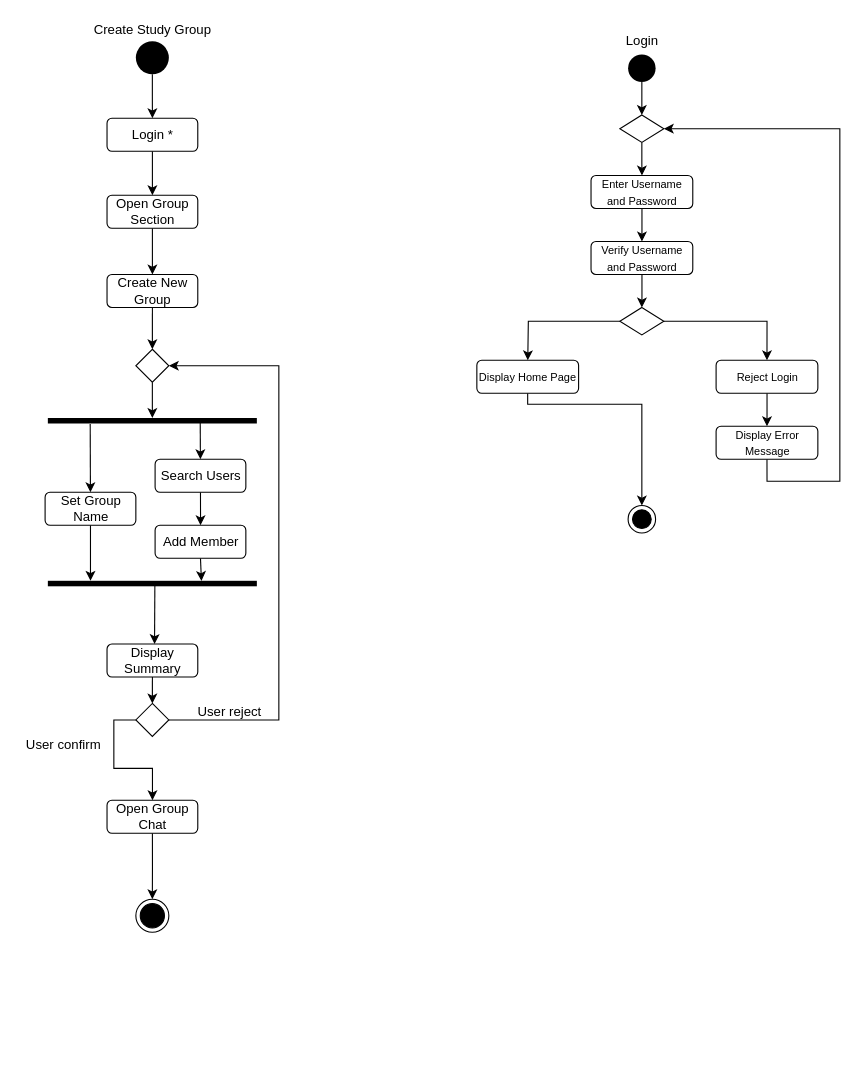
This is Deliverables/Activity Diagram/Dalena Create Study Group Activity Diagram.drawio from nic-agos/DoveStudi, a draw.io file, before an edit. Source tidied: cells renumbered, new cells numbered last; positions are measured from the earlier drawing's top-left corner, leaving out a move shared by most shapes. Both pictures are drawn from the tidied source at 110%, with x=0, y=0 at pixel (19, 19).
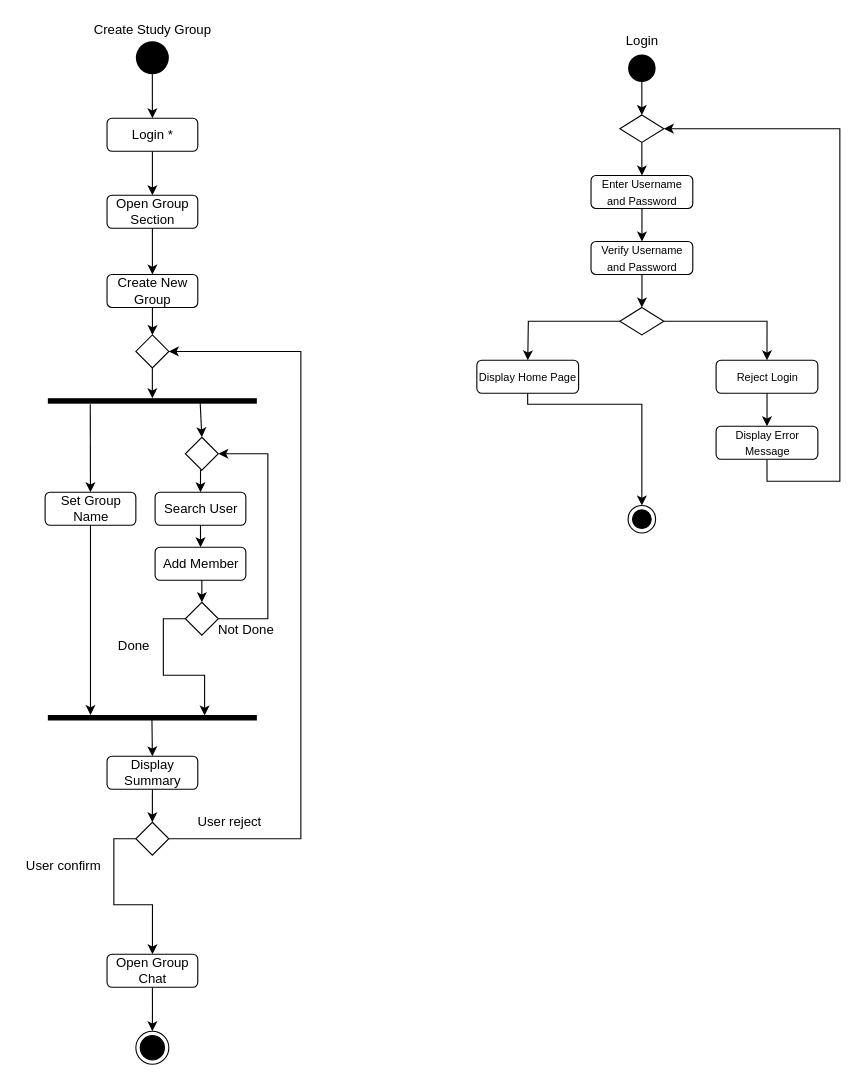
Above is the later version.

Unchanged cells that the change refers to:
```xml
<mxCell id="29" value="Create New Group" style="rounded=1;whiteSpace=wrap;html=1;" parent="1" vertex="1">
  <mxGeometry x="79.8" y="232" width="82.5" height="30" as="geometry" />
</mxCell>
<mxCell id="33" value="Set Group Name" style="rounded=1;whiteSpace=wrap;html=1;" parent="1" vertex="1">
  <mxGeometry x="23.5" y="430" width="82.5" height="30" as="geometry" />
</mxCell>
```

What changed in the source:
```diff
@@
-    <mxCell id="28" style="edgeStyle=orthogonalEdgeStyle;rounded=0;jettySize=auto;html=1;exitX=0.5;exitY=1;exitDx=0;exitDy=0;" parent="1" edge="1" source="29">
+    <mxCell id="28" style="edgeStyle=orthogonalEdgeStyle;rounded=0;jettySize=auto;html=1;exitX=0.5;exitY=1;exitDx=0;exitDy=0;" parent="1" edge="1" source="48">
       <mxGeometry relative="1" as="geometry">
         <mxPoint x="121" y="300" as="targetPoint" />
       </mxGeometry>
     </mxCell>
@@
     <mxCell id="30" style="html=1;points=[];perimeter=orthogonalPerimeter;fillColor=#000000;strokeColor=none;rotation=90;" parent="1" vertex="1">
-      <mxGeometry x="118.5" y="270" width="5" height="190" as="geometry" />
+      <mxGeometry x="118.5" y="252" width="5" height="190" as="geometry" />
     </mxCell>
     <mxCell id="31" style="html=1;points=[];perimeter=orthogonalPerimeter;fillColor=#000000;strokeColor=none;rotation=90;" parent="1" vertex="1">
-      <mxGeometry x="118.5" y="418" width="5" height="190" as="geometry" />
+      <mxGeometry x="118.5" y="540" width="5" height="190" as="geometry" />
     </mxCell>
@@
-    <mxCell id="35" value="Search Users" style="rounded=1;whiteSpace=wrap;html=1;" parent="1" vertex="1">
-      <mxGeometry x="123.5" y="400" width="82.5" height="30" as="geometry" />
+    <mxCell id="35" value="Search User" style="rounded=1;whiteSpace=wrap;html=1;" parent="1" vertex="1">
+      <mxGeometry x="123.5" y="430" width="82.5" height="30" as="geometry" />
     </mxCell>
-    <mxCell id="36" style="edgeStyle=orthogonalEdgeStyle;rounded=0;jettySize=auto;html=1;exitX=0.5;exitY=1;exitDx=0;exitDy=0;entryX=0.031;entryY=0.265;entryDx=0;entryDy=0;entryPerimeter=0;" parent="1" edge="1" source="37" target="31">
+    <mxCell id="36" style="edgeStyle=orthogonalEdgeStyle;rounded=0;jettySize=auto;html=1;exitX=0.5;exitY=1;exitDx=0;exitDy=0;" parent="1" edge="1" source="37">
       <mxGeometry relative="1" as="geometry">
+        <mxPoint x="166" y="530" as="targetPoint" />
         <Array as="points">
           <mxPoint x="166" y="490" />
         </Array>
       </mxGeometry>
     </mxCell>
     <mxCell id="37" value="Add Member" style="rounded=1;whiteSpace=wrap;html=1;" parent="1" vertex="1">
-      <mxGeometry x="123.5" y="460" width="82.5" height="30" as="geometry" />
+      <mxGeometry x="123.5" y="480" width="82.5" height="30" as="geometry" />
     </mxCell>
-    <mxCell id="38" style="endArrow=classic;html=1;" parent="1" edge="1" target="33">
-      <mxGeometry relative="1" as="geometry">
-        <mxPoint x="64.5" y="368" as="sourcePoint" />
-      </mxGeometry>
+    <mxCell id="38" style="endArrow=classic;html=1;exitX=1.106;exitY=0.797;exitDx=0;exitDy=0;exitPerimeter=0;" parent="1" edge="1" source="30" target="33">
+      <mxGeometry relative="1" as="geometry" />
     </mxCell>
-    <mxCell id="39" style="endArrow=classic;html=1;" parent="1" edge="1" target="35">
-      <mxGeometry relative="1" as="geometry">
-        <mxPoint x="164.5" y="363" as="sourcePoint" />
-      </mxGeometry>
+    <mxCell id="39" style="endArrow=classic;html=1;exitX=0.916;exitY=0.271;exitDx=0;exitDy=0;exitPerimeter=0;entryX=0.5;entryY=0;entryDx=0;entryDy=0;" parent="1" edge="1" source="30" target="58">
+      <mxGeometry relative="1" as="geometry" />
     </mxCell>
     <mxCell id="40" style="ellipse;html=1;shape=endState;fillColor=#000000;strokeColor=#000000;" parent="1" vertex="1">
-      <mxGeometry x="106" y="800" width="30" height="30" as="geometry" />
+      <mxGeometry x="106" y="920" width="30" height="30" as="geometry" />
     </mxCell>
@@
     <mxCell id="42" value="Display Summary" style="rounded=1;whiteSpace=wrap;html=1;" parent="1" vertex="1">
-      <mxGeometry x="79.8" y="568" width="82.5" height="30" as="geometry" />
+      <mxGeometry x="79.8" y="670" width="82.5" height="30" as="geometry" />
     </mxCell>
-    <mxCell id="43" style="endArrow=classic;html=1;exitX=0.954;exitY=0.488;exitDx=0;exitDy=0;exitPerimeter=0;" parent="1" edge="1" source="31">
-      <mxGeometry relative="1" as="geometry">
-        <mxPoint x="123" y="568" as="targetPoint" />
-      </mxGeometry>
+    <mxCell id="43" style="endArrow=classic;html=1;exitX=0.75;exitY=0.502;exitDx=0;exitDy=0;exitPerimeter=0;entryX=0.5;entryY=0;entryDx=0;entryDy=0;" parent="1" edge="1" source="31" target="42">
+      <mxGeometry relative="1" as="geometry" />
     </mxCell>
     <mxCell id="44" style="edgeStyle=orthogonalEdgeStyle;rounded=0;jettySize=auto;html=1;exitX=1;exitY=0.5;exitDx=0;exitDy=0;entryX=1;entryY=0.5;entryDx=0;entryDy=0;" parent="1" edge="1" source="46" target="48">
       <mxGeometry relative="1" as="geometry">
         <Array as="points">
-          <mxPoint x="236" y="637" />
-          <mxPoint x="236" y="315" />
+          <mxPoint x="256" y="745" />
+          <mxPoint x="256" y="302" />
         </Array>
       </mxGeometry>
     </mxCell>
@@
     <mxCell id="46" style="rhombus;" parent="1" vertex="1">
-      <mxGeometry x="106" y="622" width="30" height="30" as="geometry" />
+      <mxGeometry x="106" y="730" width="30" height="30" as="geometry" />
     </mxCell>
@@
-    <mxCell id="48" style="rhombus;" parent="1" vertex="1">
-      <mxGeometry x="106" y="300" width="30" height="30" as="geometry" />
-    </mxCell>
     <mxCell id="49" value="User reject" style="text;html=1;align=center;verticalAlign=middle;" parent="1" vertex="1">
-      <mxGeometry x="156" y="620" width="70" height="20" as="geometry" />
+      <mxGeometry x="156" y="720" width="70" height="20" as="geometry" />
     </mxCell>
     <mxCell id="50" value="User confirm" style="text;html=1;align=center;verticalAlign=middle;" parent="1" vertex="1">
-      <mxGeometry x="-0.2" y="650" width="80" height="20" as="geometry" />
+      <mxGeometry x="-0.2" y="760" width="80" height="20" as="geometry" />
     </mxCell>
@@
     <mxCell id="52" value="Open Group Chat" style="rounded=1;whiteSpace=wrap;html=1;" parent="1" vertex="1">
-      <mxGeometry x="79.8" y="710" width="82.5" height="30" as="geometry" />
+      <mxGeometry x="79.8" y="850" width="82.5" height="30" as="geometry" />
     </mxCell>
+    <mxCell id="53" style="edgeStyle=orthogonalEdgeStyle;rounded=0;jettySize=auto;html=1;exitX=0;exitY=0.5;exitDx=0;exitDy=0;entryX=0.092;entryY=0.25;entryDx=0;entryDy=0;entryPerimeter=0;" parent="1" edge="1" source="55" target="31">
+      <mxGeometry relative="1" as="geometry" />
+    </mxCell>
+    <mxCell id="54" style="edgeStyle=orthogonalEdgeStyle;rounded=0;jettySize=auto;html=1;exitX=1;exitY=0.5;exitDx=0;exitDy=0;entryX=1;entryY=0.5;entryDx=0;entryDy=0;" parent="1" edge="1" source="55" target="58">
+      <mxGeometry relative="1" as="geometry">
+        <Array as="points">
+          <mxPoint x="226" y="545" />
+          <mxPoint x="226" y="395" />
+        </Array>
+      </mxGeometry>
+    </mxCell>
+    <mxCell id="55" style="rhombus;" parent="1" vertex="1">
+      <mxGeometry x="151" y="530" width="30" height="30" as="geometry" />
+    </mxCell>
+    <mxCell id="56" value="Done" style="text;html=1;align=center;verticalAlign=middle;" parent="1" vertex="1">
+      <mxGeometry x="83.5" y="560" width="40" height="20" as="geometry" />
+    </mxCell>
+    <mxCell id="57" style="edgeStyle=orthogonalEdgeStyle;rounded=0;jettySize=auto;html=1;exitX=0.5;exitY=1;exitDx=0;exitDy=0;entryX=0.5;entryY=0;entryDx=0;entryDy=0;" parent="1" edge="1" source="58" target="35">
+      <mxGeometry relative="1" as="geometry" />
+    </mxCell>
+    <mxCell id="58" style="rhombus;" parent="1" vertex="1">
+      <mxGeometry x="151" y="380" width="30" height="30" as="geometry" />
+    </mxCell>
+    <mxCell id="48" style="rhombus;" parent="1" vertex="1">
+      <mxGeometry x="106" y="287" width="30" height="30" as="geometry" />
+    </mxCell>
+    <mxCell id="59" style="edgeStyle=orthogonalEdgeStyle;rounded=0;jettySize=auto;html=1;exitX=0.5;exitY=1;exitDx=0;exitDy=0;" parent="1" edge="1" source="29" target="48">
+      <mxGeometry relative="1" as="geometry" />
+    </mxCell>
+    <mxCell id="60" value="Not Done" style="text;html=1;align=center;verticalAlign=middle;" parent="1" vertex="1">
+      <mxGeometry x="171" y="545" width="70" height="20" as="geometry" />
+    </mxCell>
```
